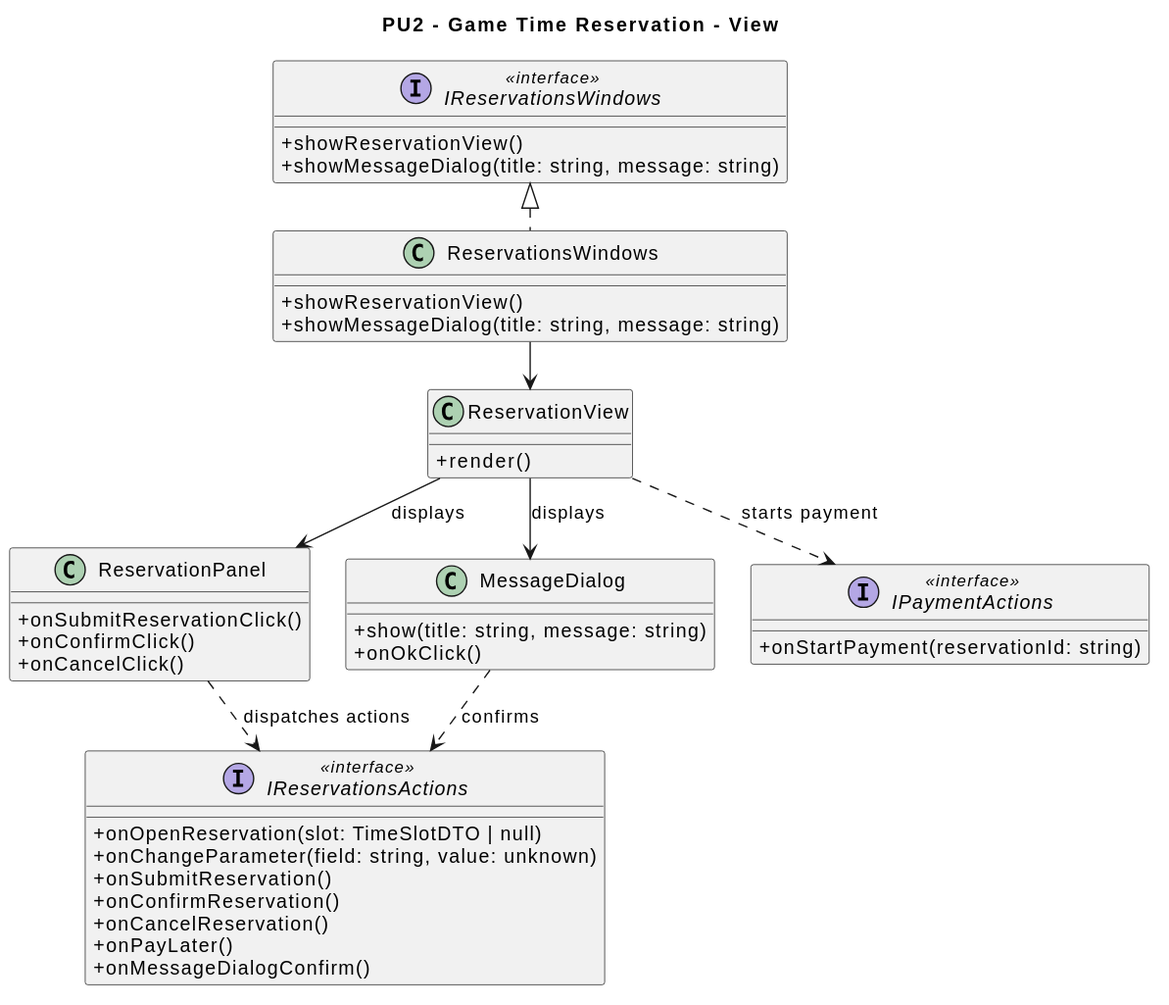
The PlantUML diagram diagrams/frontend/rendered/reservation-view.svg in Igor-Ochocki/POP-2026Z, before a commit.
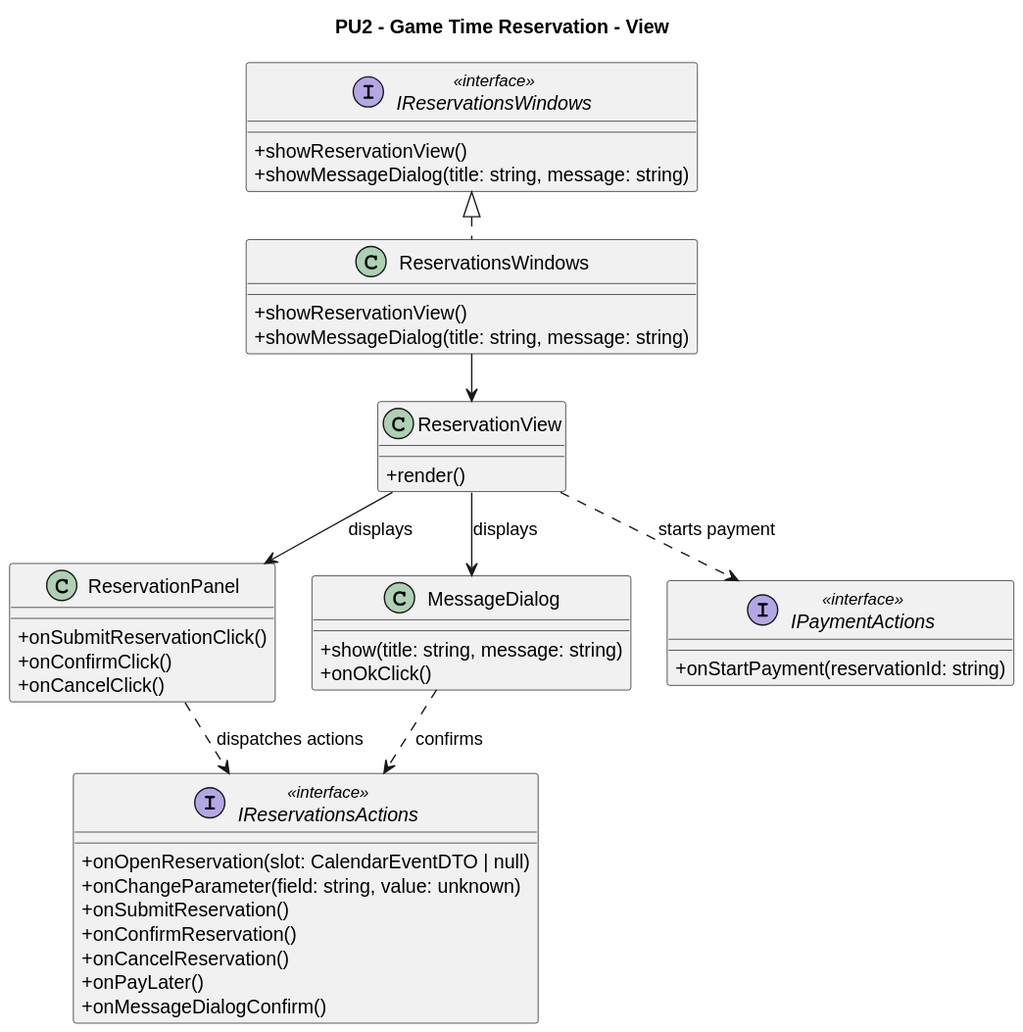
After the commit.

The edit, as a diff of the source:
```diff
@@ -25,7 +25,7 @@
 }
 
 interface IReservationsActions <<interface>> {
-    + onOpenReservation(slot: TimeSlotDTO | null)
+    + onOpenReservation(slot: CalendarEventDTO | null)
     + onChangeParameter(field: string, value: unknown)
     + onSubmitReservation()
     + onConfirmReservation()
```
